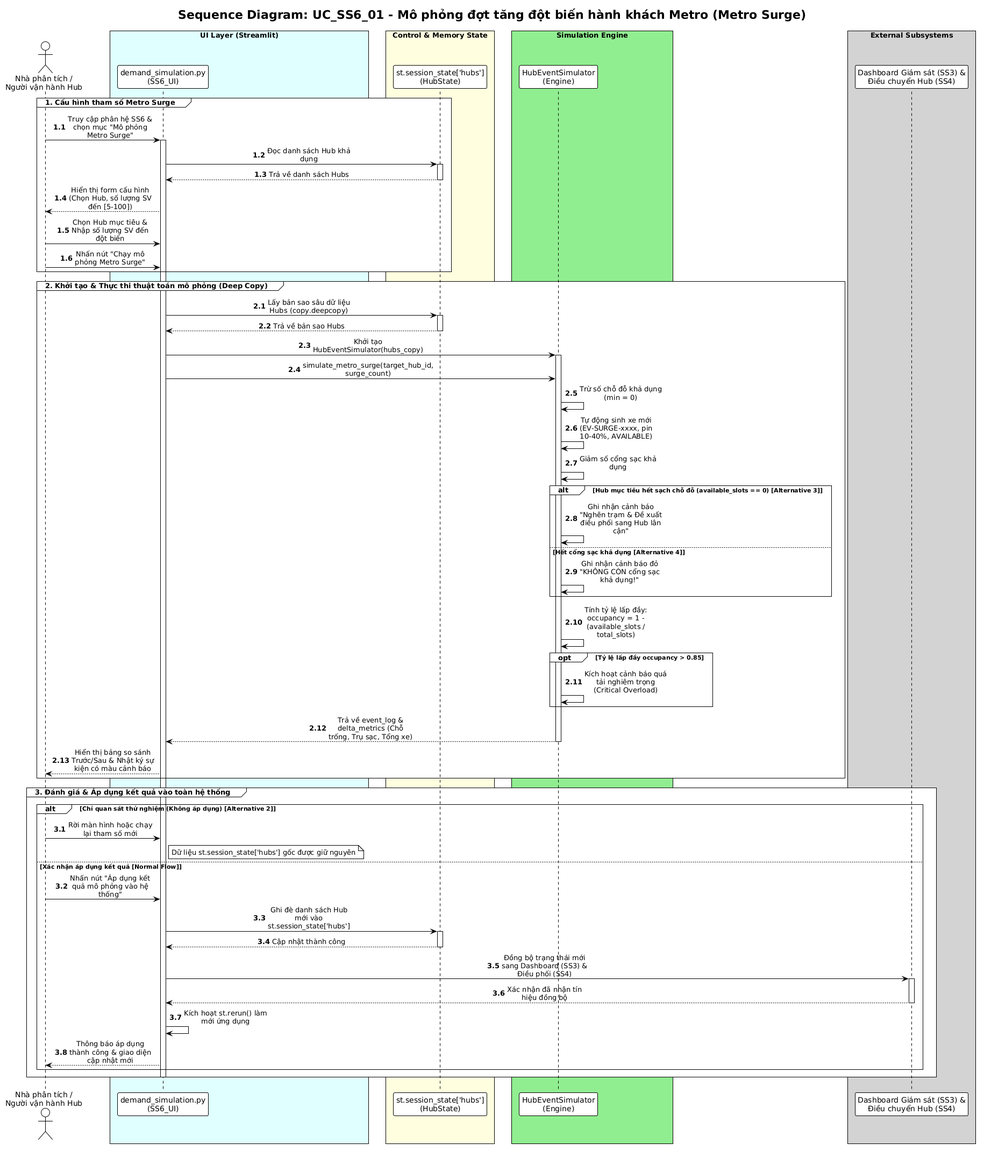
Above: docs/diagrams/Use-case detail-scenario/SS6/Sequence diagrams/UC_SS6_01_HoangVanTan_sequence.png in Dat-nguyen195/BTL_1_CNPM (PlantUML), before the change. Source of this version:
```plantuml
@startuml
!theme plain
skinparam sequenceMessageAlign center
skinparam maxMessageSize 160
skinparam BoxPadding 10

title "Sequence Diagram: UC_SS6_01 - Mô phỏng đợt tăng đột biến hành khách Metro (Metro Surge)"

actor "Nhà phân tích /\nNgười vận hành Hub" as Analyst
box "UI Layer (Streamlit)" #LightCyan
participant "demand_simulation.py\n(SS6_UI)" as UI
end box
box "Control & Memory State" #LightYellow
participant "st.session_state['hubs']\n(HubState)" as AppState
end box
box "Simulation Engine" #LightGreen
participant "HubEventSimulator\n(Engine)" as Engine
end box
box "External Subsystems" #LightGray
participant "Dashboard Giám sát (SS3) &\nĐiều chuyển Hub (SS4)" as ExternalSS
end box

autonumber 1.1
group 1. Cấu hình tham số Metro Surge
    Analyst -> UI: Truy cập phân hệ SS6 & chọn mục "Mô phỏng Metro Surge"
    activate UI
    UI -> AppState: Đọc danh sách Hub khả dụng
    activate AppState
    AppState --> UI: Trả về danh sách Hubs
    deactivate AppState
    UI --> Analyst: Hiển thị form cấu hình (Chọn Hub, số lượng SV đến [5-100])

    Analyst -> UI: Chọn Hub mục tiêu & Nhập số lượng SV đến đột biến
    Analyst -> UI: Nhấn nút "Chạy mô phỏng Metro Surge"
end

autonumber 2.1
group 2. Khởi tạo & Thực thi thuật toán mô phỏng (Deep Copy)
    UI -> AppState: Lấy bản sao sâu dữ liệu Hubs (copy.deepcopy)
    activate AppState
    AppState --> UI: Trả về bản sao Hubs
    deactivate AppState

    UI -> Engine: Khởi tạo HubEventSimulator(hubs_copy)
    activate Engine
    UI -> Engine: simulate_metro_surge(target_hub_id, surge_count)

    Engine -> Engine: Trừ số chỗ đỗ khả dụng (min = 0)
    Engine -> Engine: Tự động sinh xe mới (EV-SURGE-xxxx, pin 10-40%, AVAILABLE)
    Engine -> Engine: Giảm số cổng sạc khả dụng

    alt Hub mục tiêu hết sạch chỗ đỗ (available_slots == 0) [Alternative 3]
        Engine -> Engine: Ghi nhận cảnh báo "Nghẽn trạm & Đề xuất điều phối sang Hub lân cận"
    else Hết cổng sạc khả dụng [Alternative 4]
        Engine -> Engine: Ghi nhận cảnh báo đỏ "KHÔNG CÒN cổng sạc khả dụng!"
    end

    Engine -> Engine: Tính tỷ lệ lấp đầy: occupancy = 1 - (available_slots / total_slots)
    opt Tỷ lệ lấp đầy occupancy > 0.85
        Engine -> Engine: Kích hoạt cảnh báo quá tải nghiêm trọng (Critical Overload)
    end

    Engine --> UI: Trả về event_log & delta_metrics (Chỗ trống, Trụ sạc, Tổng xe)
    deactivate Engine

    UI --> Analyst: Hiển thị bảng so sánh Trước/Sau & Nhật ký sự kiện có màu cảnh báo
end

autonumber 3.1
group 3. Đánh giá & Áp dụng kết quả vào toàn hệ thống
    alt Chỉ quan sát thử nghiệm (Không áp dụng) [Alternative 2]
        Analyst -> UI: Rời màn hình hoặc chạy lại tham số mới
        note right of UI: Dữ liệu st.session_state['hubs'] gốc được giữ nguyên
    else Xác nhận áp dụng kết quả [Normal Flow]
        Analyst -> UI: Nhấn nút "Áp dụng kết quả mô phỏng vào hệ thống"
        UI -> AppState: Ghi đè danh sách Hub mới vào st.session_state['hubs']
        activate AppState
        AppState --> UI: Cập nhật thành công
        deactivate AppState

        UI -> ExternalSS: Đồng bộ trạng thái mới sang Dashboard (SS3) & Điều phối (SS4)
        activate ExternalSS
        ExternalSS --> UI: Xác nhận đã nhận tín hiệu đồng bộ
        deactivate ExternalSS

        UI -> UI: Kích hoạt st.rerun() làm mới ứng dụng
        UI --> Analyst: Thông báo áp dụng thành công & giao diện cập nhật mới
    end
    deactivate UI
end
@enduml
```
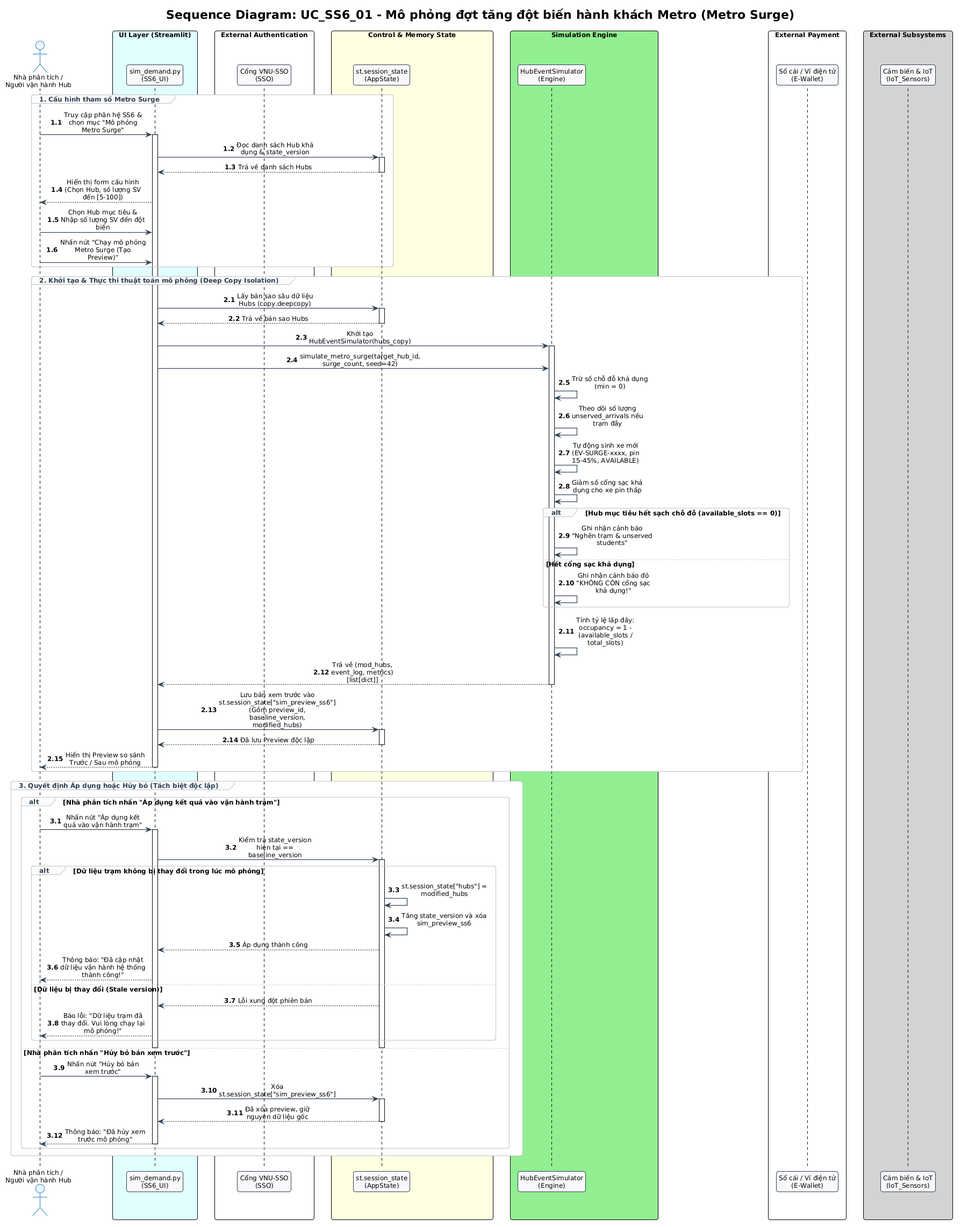
After the change.

What changed in the source:
```diff
@@ -1,5 +1,6 @@
-@startuml
-!theme plain
+@startuml UC_SS6_01_HoangVanTan_sequence
+!pragma layout smetana
+!include ../../../common.puml
 skinparam sequenceMessageAlign center
 skinparam maxMessageSize 160
 skinparam BoxPadding 10
@@ -7,35 +8,47 @@
 title "Sequence Diagram: UC_SS6_01 - Mô phỏng đợt tăng đột biến hành khách Metro (Metro Surge)"
 
 actor "Nhà phân tích /\nNgười vận hành Hub" as Analyst
+
 box "UI Layer (Streamlit)" #LightCyan
-participant "demand_simulation.py\n(SS6_UI)" as UI
+participant "sim_demand.py\n(SS6_UI)" as UI
 end box
+
+box "External Authentication" #White
+participant "Cổng VNU-SSO\n(SSO)" as SSO
+end box
+
 box "Control & Memory State" #LightYellow
-participant "st.session_state['hubs']\n(HubState)" as AppState
+participant "st.session_state\n(AppState)" as AppState
 end box
+
 box "Simulation Engine" #LightGreen
 participant "HubEventSimulator\n(Engine)" as Engine
 end box
+
+box "External Payment" #White
+participant "Sổ cái / Ví điện tử\n(E-Wallet)" as EWallet
+end box
+
 box "External Subsystems" #LightGray
-participant "Dashboard Giám sát (SS3) &\nĐiều chuyển Hub (SS4)" as ExternalSS
+participant "Cảm biến & IoT\n(IoT_Sensors)" as IoT
 end box
 
 autonumber 1.1
 group 1. Cấu hình tham số Metro Surge
     Analyst -> UI: Truy cập phân hệ SS6 & chọn mục "Mô phỏng Metro Surge"
     activate UI
-    UI -> AppState: Đọc danh sách Hub khả dụng
+    UI -> AppState: Đọc danh sách Hub khả dụng & state_version
     activate AppState
     AppState --> UI: Trả về danh sách Hubs
     deactivate AppState
     UI --> Analyst: Hiển thị form cấu hình (Chọn Hub, số lượng SV đến [5-100])
 
     Analyst -> UI: Chọn Hub mục tiêu & Nhập số lượng SV đến đột biến
-    Analyst -> UI: Nhấn nút "Chạy mô phỏng Metro Surge"
+    Analyst -> UI: Nhấn nút "Chạy mô phỏng Metro Surge (Tạo Preview)"
 end
 
 autonumber 2.1
-group 2. Khởi tạo & Thực thi thuật toán mô phỏng (Deep Copy)
+group 2. Khởi tạo & Thực thi thuật toán mô phỏng (Deep Copy Isolation)
     UI -> AppState: Lấy bản sao sâu dữ liệu Hubs (copy.deepcopy)
     activate AppState
     AppState --> UI: Trả về bản sao Hubs
@@ -43,49 +56,60 @@
 
     UI -> Engine: Khởi tạo HubEventSimulator(hubs_copy)
     activate Engine
-    UI -> Engine: simulate_metro_surge(target_hub_id, surge_count)
+    UI -> Engine: simulate_metro_surge(target_hub_id, surge_count, seed=42)
 
     Engine -> Engine: Trừ số chỗ đỗ khả dụng (min = 0)
-    Engine -> Engine: Tự động sinh xe mới (EV-SURGE-xxxx, pin 10-40%, AVAILABLE)
-    Engine -> Engine: Giảm số cổng sạc khả dụng
+    Engine -> Engine: Theo dõi số lượng unserved_arrivals nếu trạm đầy
+    Engine -> Engine: Tự động sinh xe mới (EV-SURGE-xxxx, pin 15-45%, AVAILABLE)
+    Engine -> Engine: Giảm số cổng sạc khả dụng cho xe pin thấp
 
-    alt Hub mục tiêu hết sạch chỗ đỗ (available_slots == 0) [Alternative 3]
-        Engine -> Engine: Ghi nhận cảnh báo "Nghẽn trạm & Đề xuất điều phối sang Hub lân cận"
-    else Hết cổng sạc khả dụng [Alternative 4]
+    alt Hub mục tiêu hết sạch chỗ đỗ (available_slots == 0)
+        Engine -> Engine: Ghi nhận cảnh báo "Nghẽn trạm & unserved students"
+    else Hết cổng sạc khả dụng
         Engine -> Engine: Ghi nhận cảnh báo đỏ "KHÔNG CÒN cổng sạc khả dụng!"
     end
 
     Engine -> Engine: Tính tỷ lệ lấp đầy: occupancy = 1 - (available_slots / total_slots)
-    opt Tỷ lệ lấp đầy occupancy > 0.85
-        Engine -> Engine: Kích hoạt cảnh báo quá tải nghiêm trọng (Critical Overload)
-    end
-
-    Engine --> UI: Trả về event_log & delta_metrics (Chỗ trống, Trụ sạc, Tổng xe)
+    Engine --> UI: Trả về (mod_hubs, event_log, metrics) [list[dict]]
     deactivate Engine
 
-    UI --> Analyst: Hiển thị bảng so sánh Trước/Sau & Nhật ký sự kiện có màu cảnh báo
+    UI -> AppState: Lưu bản xem trước vào st.session_state["sim_preview_ss6"]\n(Gồm preview_id, baseline_version, modified_hubs)
+    activate AppState
+    AppState --> UI: Đã lưu Preview độc lập
+    deactivate AppState
+
+    UI --> Analyst: Hiển thị Preview so sánh Trước / Sau mô phỏng
+    deactivate UI
 end
 
 autonumber 3.1
-group 3. Đánh giá & Áp dụng kết quả vào toàn hệ thống
-    alt Chỉ quan sát thử nghiệm (Không áp dụng) [Alternative 2]
-        Analyst -> UI: Rời màn hình hoặc chạy lại tham số mới
-        note right of UI: Dữ liệu st.session_state['hubs'] gốc được giữ nguyên
-    else Xác nhận áp dụng kết quả [Normal Flow]
-        Analyst -> UI: Nhấn nút "Áp dụng kết quả mô phỏng vào hệ thống"
-        UI -> AppState: Ghi đè danh sách Hub mới vào st.session_state['hubs']
+group 3. Quyết định Áp dụng hoặc Hủy bỏ (Tách biệt độc lập)
+    alt Nhà phân tích nhấn "Áp dụng kết quả vào vận hành trạm"
+        Analyst -> UI: Nhấn nút "Áp dụng kết quả vào vận hành trạm"
+        activate UI
+        UI -> AppState: Kiểm tra state_version hiện tại == baseline_version
         activate AppState
-        AppState --> UI: Cập nhật thành công
+        alt Dữ liệu trạm không bị thay đổi trong lúc mô phỏng
+            AppState -> AppState: st.session_state["hubs"] = modified_hubs
+            AppState -> AppState: Tăng state_version và xóa sim_preview_ss6
+            AppState --> UI: Áp dụng thành công
+            UI --> Analyst: Thông báo: "Đã cập nhật dữ liệu vận hành hệ thống thành công!"
+        else Dữ liệu bị thay đổi (Stale version)
+            AppState --> UI: Lỗi xung đột phiên bản
+            UI --> Analyst: Báo lỗi: "Dữ liệu trạm đã thay đổi. Vui lòng chạy lại mô phỏng!"
+        end
         deactivate AppState
+        deactivate UI
+    else Nhà phân tích nhấn "Hủy bỏ bản xem trước"
+        Analyst -> UI: Nhấn nút "Hủy bỏ bản xem trước"
+        activate UI
+        UI -> AppState: Xóa st.session_state["sim_preview_ss6"]
+        activate AppState
+        AppState --> UI: Đã xóa preview, giữ nguyên dữ liệu gốc
+        deactivate AppState
+        UI --> Analyst: Thông báo: "Đã hủy xem trước mô phỏng"
+        deactivate UI
+    end
+end
 
-        UI -> ExternalSS: Đồng bộ trạng thái mới sang Dashboard (SS3) & Điều phối (SS4)
-        activate ExternalSS
-        ExternalSS --> UI: Xác nhận đã nhận tín hiệu đồng bộ
-        deactivate ExternalSS
-
-        UI -> UI: Kích hoạt st.rerun() làm mới ứng dụng
-        UI --> Analyst: Thông báo áp dụng thành công & giao diện cập nhật mới
-    end
-    deactivate UI
-end
 @enduml
```
